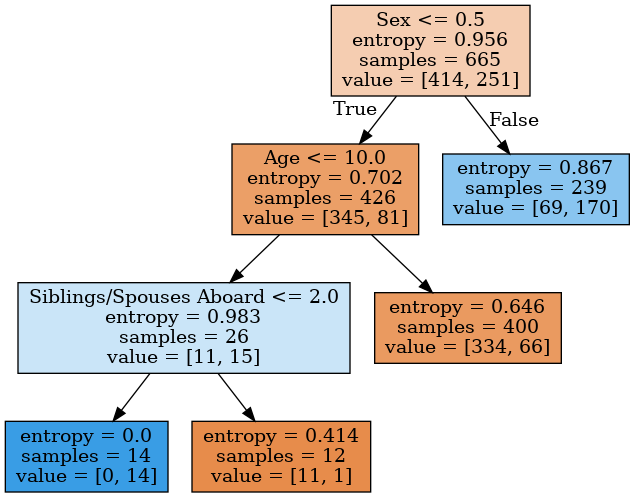
This is datanerd.hateblo.jp/2020/04/30/tree/model4_B.png from sugiyamath/self_kaggling, a Graphviz export, as it was before one commit. Its source is kept beside it as datanerd.hateblo.jp/2020/04/30/tree/model4_B.dot.
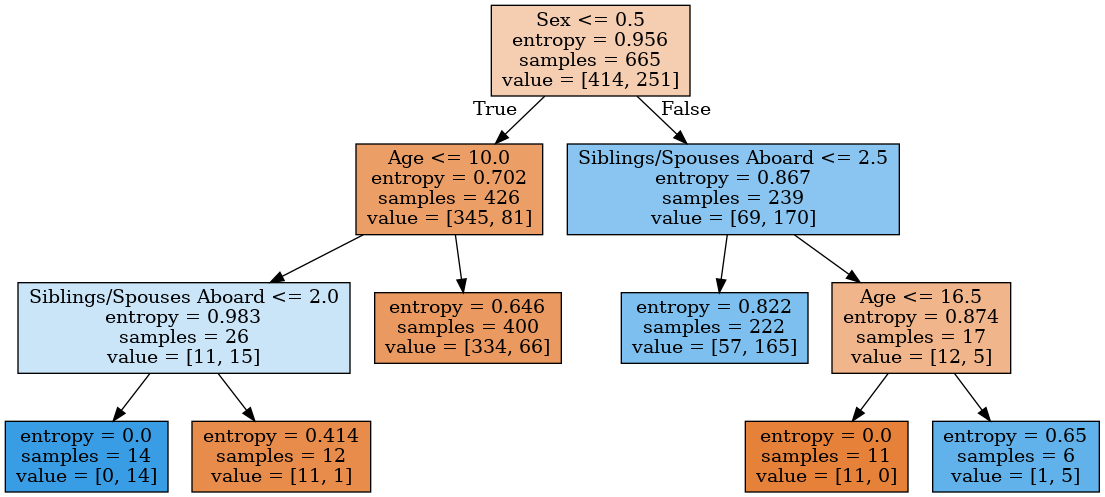
The same file after the commit.

Diff of the diagram source:
```diff
@@ -11,6 +11,14 @@
 3 -> 6 ;
 4 [label="entropy = 0.646\nsamples = 400\nvalue = [334, 66]", fillcolor="#ea9a60"] ;
 1 -> 4 ;
-2 [label="entropy = 0.867\nsamples = 239\nvalue = [69, 170]", fillcolor="#89c5f0"] ;
+2 [label="Siblings/Spouses Aboard <= 2.5\nentropy = 0.867\nsamples = 239\nvalue = [69, 170]", fillcolor="#89c5f0"] ;
 0 -> 2 [labeldistance=2.5, labelangle=-45, headlabel="False"] ;
+7 [label="entropy = 0.822\nsamples = 222\nvalue = [57, 165]", fillcolor="#7dbfee"] ;
+2 -> 7 ;
+8 [label="Age <= 16.5\nentropy = 0.874\nsamples = 17\nvalue = [12, 5]", fillcolor="#f0b58b"] ;
+2 -> 8 ;
+9 [label="entropy = 0.0\nsamples = 11\nvalue = [11, 0]", fillcolor="#e58139"] ;
+8 -> 9 ;
+10 [label="entropy = 0.65\nsamples = 6\nvalue = [1, 5]", fillcolor="#61b1ea"] ;
+8 -> 10 ;
 }
```
